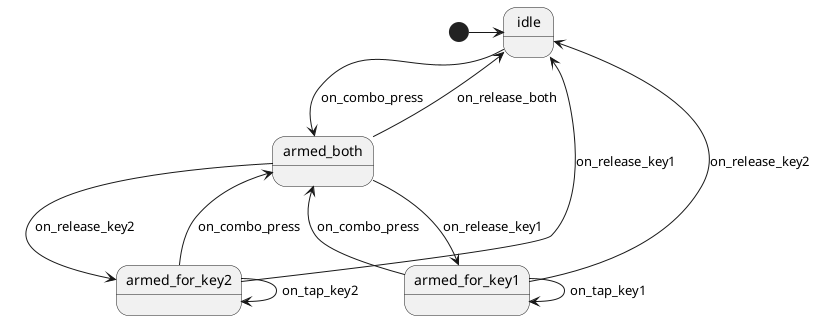
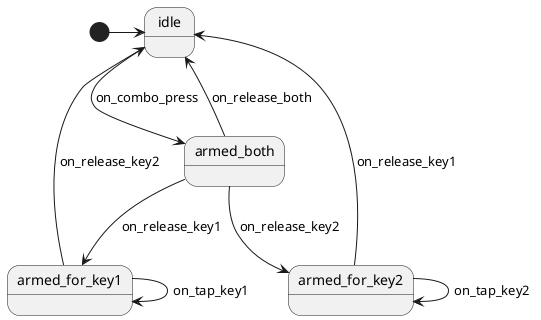
@startuml StickyCombo
state idle
state armed_both
state armed_for_key1
state armed_for_key2

[*] -> idle

idle --> armed_both : on_combo_press
armed_both --> armed_for_key1 : on_release_key1
armed_both --> armed_for_key2 : on_release_key2
armed_both --> idle : on_release_both

- armed_for_key1 --> armed_both : on_combo_press
armed_for_key1 --> armed_for_key1 : on_tap_key1
armed_for_key1 --> idle : on_release_key2

- armed_for_key2 --> armed_both : on_combo_press
armed_for_key2 --> armed_for_key2 : on_tap_key2
armed_for_key2 --> idle : on_release_key1

/'! $CONFIG : toml
SmRunnerSettings.transpilerId = "C99"
'/
@enduml
